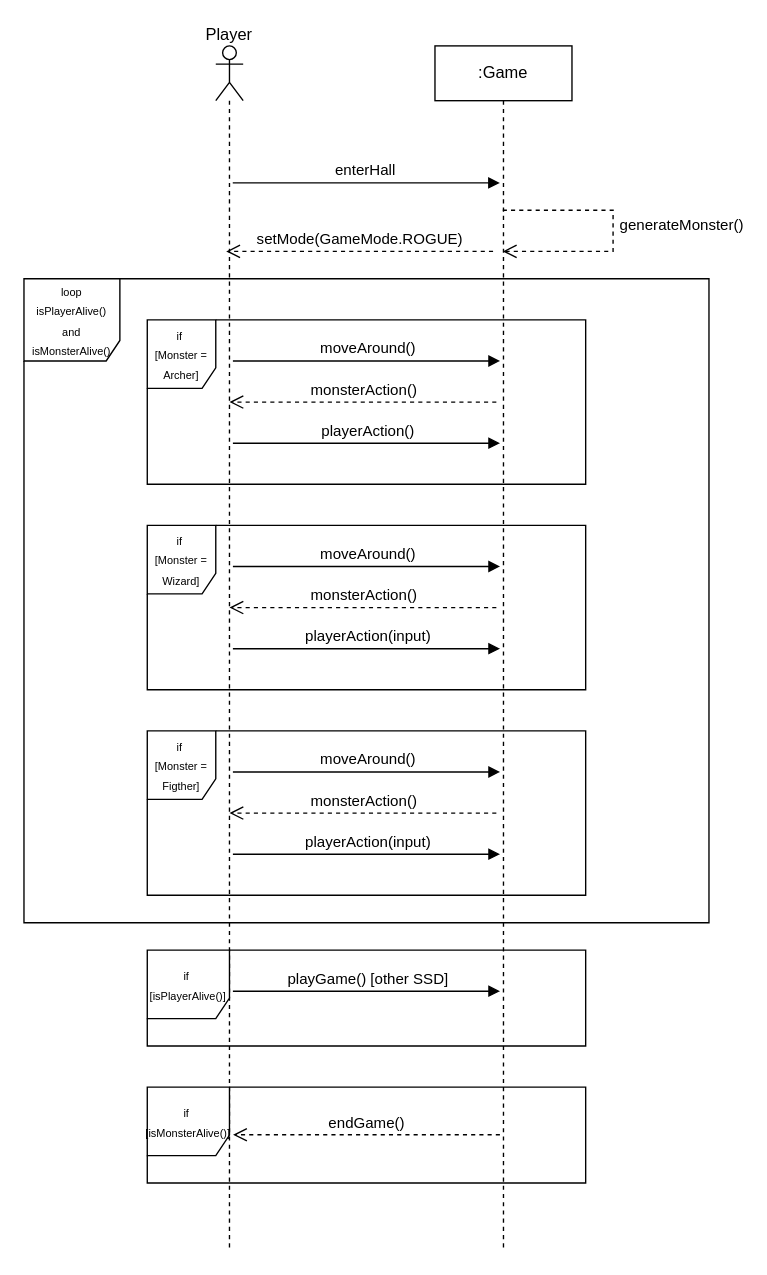
Before: System Sequence Diagrams (SSD)/Avoid_Monster.drawio in zeynepyorulmaz/Rogue-Like, a draw.io diagram. Source tidied: cells renumbered, new cells numbered last; positions are measured from the earlier drawing's top-left corner, leaving out a move shared by most shapes. Both pictures are drawn from the tidied source at 137%, with x=0, y=0 at pixel (23, 45).
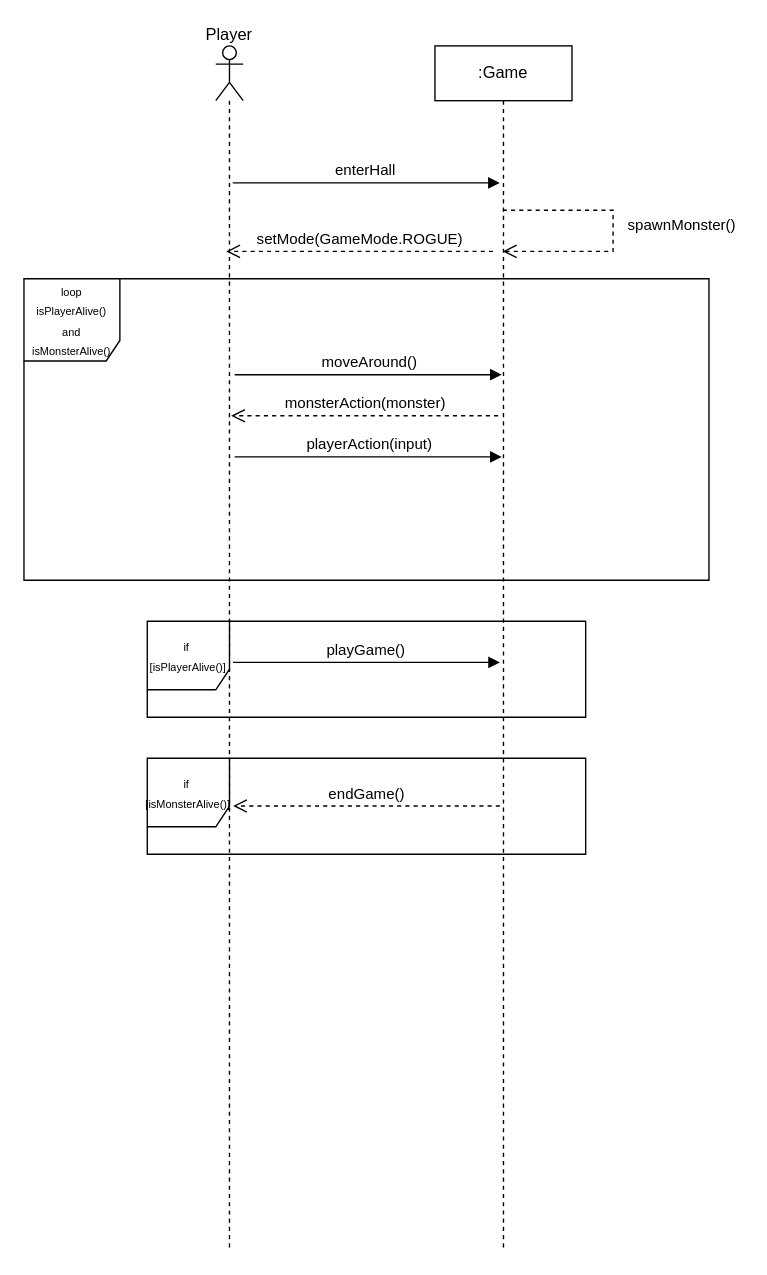
Above is the later version.

The change refers to these unchanged cells:
```xml
<mxCell id="3" value=":Game" style="shape=umlLifeline;perimeter=lifelinePerimeter;whiteSpace=wrap;html=1;outlineConnect=0;portConstraint=eastwest;newEdgeStyle={&quot;curved&quot;:0,&quot;rounded&quot;:0};" parent="1" vertex="1">
  <mxGeometry x="300" width="100" height="880" as="geometry" />
</mxCell>
```

Change to the diagram source:
```diff
@@
     <mxCell id="5" value="&lt;div&gt;&lt;span style=&quot;font-size: 8px;&quot;&gt;loop&lt;/span&gt;&lt;/div&gt;&lt;span style=&quot;font-size: 8px;&quot;&gt;isPlayerAlive()&lt;/span&gt;&lt;div&gt;&lt;span style=&quot;font-size: 8px;&quot;&gt;and&lt;/span&gt;&lt;/div&gt;&lt;div&gt;&lt;span style=&quot;font-size: 8px;&quot;&gt;isMonsterAlive()&lt;/span&gt;&lt;/div&gt;" style="shape=umlFrame;whiteSpace=wrap;html=1;width=70;height=60;" parent="1" vertex="1">
-      <mxGeometry y="170" width="500" height="470" as="geometry" />
+      <mxGeometry y="170" width="500" height="220" as="geometry" />
     </mxCell>
@@
-    <mxCell id="7" value="generateMonster()" style="html=1;verticalAlign=bottom;endArrow=open;dashed=1;endSize=8;curved=0;rounded=0;" parent="1" edge="1" source="3" target="3">
+    <mxCell id="7" value="spawnMonster()" style="html=1;verticalAlign=bottom;endArrow=open;dashed=1;endSize=8;curved=0;rounded=0;" parent="1" edge="1" source="3" target="3">
       <mxGeometry x="0.05" y="50" relative="1" as="geometry">
         <Array as="points">
           <mxPoint x="430" y="120" />
           <mxPoint x="430" y="150" />
           <mxPoint x="410" y="150" />
           <mxPoint x="370" y="150" />
         </Array>
       </mxGeometry>
     </mxCell>
-    <mxCell id="8" value="&lt;span style=&quot;font-size: 8px;&quot;&gt;if&amp;nbsp;&lt;/span&gt;&lt;div&gt;&lt;span style=&quot;font-size: 8px;&quot;&gt;[Monster = Archer]&lt;/span&gt;&lt;/div&gt;" style="shape=umlFrame;whiteSpace=wrap;html=1;width=50;height=50;" parent="1" vertex="1">
-      <mxGeometry x="90" y="200" width="320" height="120" as="geometry" />
-    </mxCell>
-    <mxCell id="9" value="moveAround()" style="html=1;verticalAlign=bottom;endArrow=block;curved=0;rounded=0;" parent="1" edge="1">
-      <mxGeometry relative="1" as="geometry">
-        <mxPoint x="152.5" y="230" as="sourcePoint" />
-        <mxPoint x="347.5" y="230" as="targetPoint" />
-      </mxGeometry>
-    </mxCell>
-    <mxCell id="10" value="monsterAction()" style="html=1;verticalAlign=bottom;endArrow=open;dashed=1;endSize=8;curved=0;rounded=0;" parent="1" edge="1">
-      <mxGeometry relative="1" as="geometry">
-        <mxPoint x="344.8" y="260" as="sourcePoint" />
-        <mxPoint x="150" y="260" as="targetPoint" />
-        <Array as="points">
-          <mxPoint x="259.8" y="260" />
-        </Array>
-      </mxGeometry>
-    </mxCell>
-    <mxCell id="11" value="playerAction()" style="html=1;verticalAlign=bottom;endArrow=block;curved=0;rounded=0;" parent="1" edge="1">
-      <mxGeometry relative="1" as="geometry">
-        <mxPoint x="152.5" y="290" as="sourcePoint" />
-        <mxPoint x="347.5" y="290" as="targetPoint" />
-      </mxGeometry>
-    </mxCell>
-    <mxCell id="12" value="&lt;span style=&quot;font-size: 8px;&quot;&gt;if&amp;nbsp;&lt;/span&gt;&lt;div&gt;&lt;span style=&quot;font-size: 8px;&quot;&gt;[Monster = Wizard]&lt;/span&gt;&lt;/div&gt;" style="shape=umlFrame;whiteSpace=wrap;html=1;width=50;height=50;" parent="1" vertex="1">
-      <mxGeometry x="90" y="350" width="320" height="120" as="geometry" />
-    </mxCell>
     <mxCell id="13" value="moveAround()" style="html=1;verticalAlign=bottom;endArrow=block;curved=0;rounded=0;" parent="1" edge="1">
       <mxGeometry relative="1" as="geometry">
-        <mxPoint x="152.5" y="380" as="sourcePoint" />
-        <mxPoint x="347.5" y="380" as="targetPoint" />
+        <mxPoint x="153.8" y="240" as="sourcePoint" />
+        <mxPoint x="348.8" y="240" as="targetPoint" />
       </mxGeometry>
     </mxCell>
-    <mxCell id="14" value="monsterAction()" style="html=1;verticalAlign=bottom;endArrow=open;dashed=1;endSize=8;curved=0;rounded=0;" parent="1" edge="1">
+    <mxCell id="14" value="monsterAction(monster)" style="html=1;verticalAlign=bottom;endArrow=open;dashed=1;endSize=8;curved=0;rounded=0;" parent="1" edge="1">
       <mxGeometry relative="1" as="geometry">
-        <mxPoint x="344.8" y="410" as="sourcePoint" />
-        <mxPoint x="150" y="410" as="targetPoint" />
+        <mxPoint x="346.1" y="270" as="sourcePoint" />
+        <mxPoint x="151.2" y="270" as="targetPoint" />
         <Array as="points">
-          <mxPoint x="259.8" y="410" />
+          <mxPoint x="261.1" y="270" />
         </Array>
       </mxGeometry>
     </mxCell>
     <mxCell id="15" value="playerAction(input)" style="html=1;verticalAlign=bottom;endArrow=block;curved=0;rounded=0;" parent="1" edge="1">
       <mxGeometry relative="1" as="geometry">
-        <mxPoint x="152.5" y="440" as="sourcePoint" />
-        <mxPoint x="347.5" y="440" as="targetPoint" />
+        <mxPoint x="153.8" y="300" as="sourcePoint" />
+        <mxPoint x="348.8" y="300" as="targetPoint" />
       </mxGeometry>
     </mxCell>
-    <mxCell id="16" value="&lt;span style=&quot;font-size: 8px;&quot;&gt;if&amp;nbsp;&lt;/span&gt;&lt;div&gt;&lt;span style=&quot;font-size: 8px;&quot;&gt;[Monster = Figther]&lt;/span&gt;&lt;/div&gt;" style="shape=umlFrame;whiteSpace=wrap;html=1;width=50;height=50;" parent="1" vertex="1">
-      <mxGeometry x="90" y="500" width="320" height="120" as="geometry" />
-    </mxCell>
-    <mxCell id="17" value="moveAround()" style="html=1;verticalAlign=bottom;endArrow=block;curved=0;rounded=0;" parent="1" edge="1">
-      <mxGeometry relative="1" as="geometry">
-        <mxPoint x="152.5" y="530" as="sourcePoint" />
-        <mxPoint x="347.5" y="530" as="targetPoint" />
-      </mxGeometry>
-    </mxCell>
-    <mxCell id="18" value="monsterAction()" style="html=1;verticalAlign=bottom;endArrow=open;dashed=1;endSize=8;curved=0;rounded=0;" parent="1" edge="1">
-      <mxGeometry relative="1" as="geometry">
-        <mxPoint x="344.8" y="560" as="sourcePoint" />
-        <mxPoint x="150" y="560" as="targetPoint" />
-        <Array as="points">
-          <mxPoint x="259.8" y="560" />
-        </Array>
-      </mxGeometry>
-    </mxCell>
-    <mxCell id="19" value="playerAction(input)" style="html=1;verticalAlign=bottom;endArrow=block;curved=0;rounded=0;" parent="1" edge="1">
-      <mxGeometry relative="1" as="geometry">
-        <mxPoint x="152.5" y="590" as="sourcePoint" />
-        <mxPoint x="347.5" y="590" as="targetPoint" />
-      </mxGeometry>
-    </mxCell>
     <mxCell id="20" value="&lt;span style=&quot;font-size: 8px;&quot;&gt;if&amp;nbsp;&lt;/span&gt;&lt;div&gt;&lt;span style=&quot;font-size: 8px;&quot;&gt;[isPlayerAlive()]&lt;/span&gt;&lt;/div&gt;" style="shape=umlFrame;whiteSpace=wrap;html=1;width=60;height=50;" parent="1" vertex="1">
-      <mxGeometry x="90" y="660" width="320" height="70" as="geometry" />
+      <mxGeometry x="90" y="420" width="320" height="70" as="geometry" />
     </mxCell>
-    <mxCell id="21" value="playGame() [other SSD]" style="html=1;verticalAlign=bottom;endArrow=block;curved=0;rounded=0;" parent="1" edge="1">
+    <mxCell id="21" value="playGame()&amp;nbsp;" style="html=1;verticalAlign=bottom;endArrow=block;curved=0;rounded=0;" parent="1" edge="1">
       <mxGeometry relative="1" as="geometry">
-        <mxPoint x="152.5" y="690" as="sourcePoint" />
-        <mxPoint x="347.5" y="690" as="targetPoint" />
+        <mxPoint x="152.5" y="450" as="sourcePoint" />
+        <mxPoint x="347.5" y="450" as="targetPoint" />
       </mxGeometry>
     </mxCell>
     <mxCell id="22" value="&lt;span style=&quot;font-size: 8px;&quot;&gt;if&amp;nbsp;&lt;/span&gt;&lt;div&gt;&lt;span style=&quot;font-size: 8px;&quot;&gt;[isMonsterAlive()]&lt;/span&gt;&lt;/div&gt;" style="shape=umlFrame;whiteSpace=wrap;html=1;width=60;height=50;" parent="1" vertex="1">
-      <mxGeometry x="90" y="760" width="320" height="70" as="geometry" />
+      <mxGeometry x="90" y="520" width="320" height="70" as="geometry" />
     </mxCell>
     <mxCell id="23" value="endGame()" style="html=1;verticalAlign=bottom;endArrow=open;dashed=1;endSize=8;curved=0;rounded=0;" parent="1" edge="1">
       <mxGeometry relative="1" as="geometry">
-        <mxPoint x="347.4" y="794.8" as="sourcePoint" />
-        <mxPoint x="152.6" y="794.8" as="targetPoint" />
+        <mxPoint x="347.4" y="554.8" as="sourcePoint" />
+        <mxPoint x="152.6" y="554.8" as="targetPoint" />
         <Array as="points">
-          <mxPoint x="262.4" y="794.8" />
+          <mxPoint x="262.4" y="554.8" />
         </Array>
       </mxGeometry>
     </mxCell>
```
